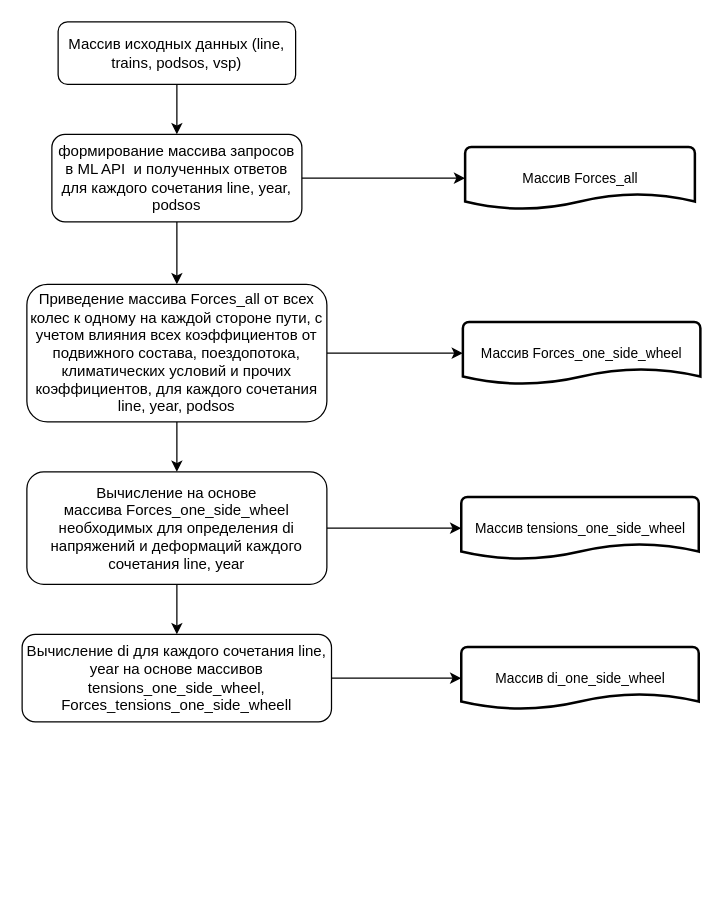
This is Neiroexpert_WEb/блок-схема di.drawio from cheef78/Neiroexpert, a draw.io file, before an edit. Source tidied: cells renumbered, new cells numbered last; positions are measured from the earlier drawing's top-left corner, leaving out a move shared by most shapes. Both pictures are drawn from the tidied source at 125%, with x=0, y=0 at pixel (21, 21).
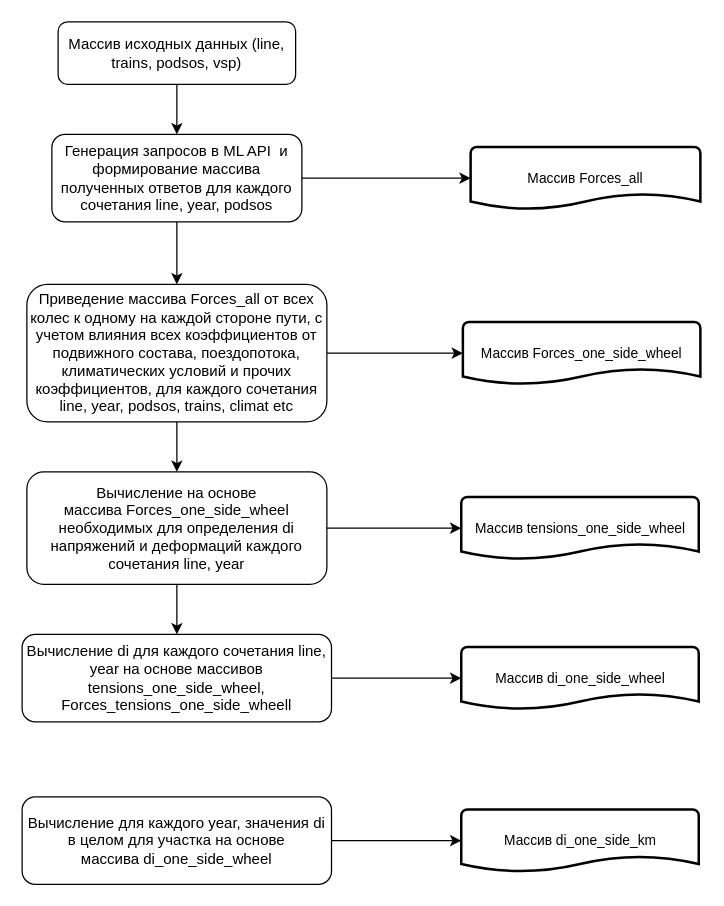
After the change.

The edit, as a diff of the source:
```diff
@@
-    <mxCell id="5" value="формирование массива запросов в ML API&amp;nbsp; и полученных ответов для каждого сочетания line, year, podsos" style="rounded=1;whiteSpace=wrap;html=1;fontSize=12;glass=0;strokeWidth=1;shadow=0;" parent="1" vertex="1">
+    <mxCell id="5" value="Генерация запросов в ML API&amp;nbsp; и формирование массива полученных ответов для каждого сочетания line, year, podsos" style="rounded=1;whiteSpace=wrap;html=1;fontSize=12;glass=0;strokeWidth=1;shadow=0;" parent="1" vertex="1">
       <mxGeometry x="24" y="90" width="200" height="70" as="geometry" />
     </mxCell>
@@
-    <mxCell id="9" value="Приведение массива&amp;nbsp;Forces_all от&amp;nbsp;всех колес к одному на каждой стороне пути, с учетом влияния всех коэффициентов от подвижного состава, поездопотока, климатических условий и прочих коэффициентов, для каждого сочетания line, year, podsos" style="rounded=1;whiteSpace=wrap;html=1;" parent="1" vertex="1">
+    <mxCell id="9" value="Приведение массива&amp;nbsp;Forces_all от&amp;nbsp;всех колес к одному на каждой стороне пути, с учетом влияния всех коэффициентов от подвижного состава, поездопотока, климатических условий и прочих коэффициентов, для каждого сочетания line, year, podsos, trains, climat etc" style="rounded=1;whiteSpace=wrap;html=1;" parent="1" vertex="1">
       <mxGeometry x="4" y="210" width="240" height="110" as="geometry" />
     </mxCell>
@@
     <mxCell id="12" value="Массив Forces_all" style="strokeWidth=2;html=1;shape=mxgraph.flowchart.document2;whiteSpace=wrap;size=0.25;fontFamily=Helvetica;fontSize=11;fontColor=default;" parent="1" vertex="1">
-      <mxGeometry x="354.6" y="100" width="183.8" height="50" as="geometry" />
+      <mxGeometry x="359" y="100" width="183.8" height="50" as="geometry" />
     </mxCell>
@@
+    <mxCell id="19" style="edgeStyle=orthogonalEdgeStyle;shape=connector;rounded=0;jettySize=auto;html=1;labelBackgroundColor=default;strokeColor=default;fontFamily=Helvetica;fontSize=11;fontColor=default;endArrow=classic;" parent="1" edge="1" source="20" target="21">
+      <mxGeometry relative="1" as="geometry" />
+    </mxCell>
+    <mxCell id="20" value="Вычисление для каждого year, значения di в целом для участка на основе массива&amp;nbsp;di_one_side_wheel" style="rounded=1;whiteSpace=wrap;html=1;" parent="1" vertex="1">
+      <mxGeometry x="0.2" y="620" width="247.5" height="70" as="geometry" />
+    </mxCell>
+    <mxCell id="21" value="Массив di_one_side_km" style="strokeWidth=2;html=1;shape=mxgraph.flowchart.document2;whiteSpace=wrap;size=0.25;fontFamily=Helvetica;fontSize=11;fontColor=default;" parent="1" vertex="1">
+      <mxGeometry x="351.5" y="630" width="190" height="50" as="geometry" />
+    </mxCell>
```
